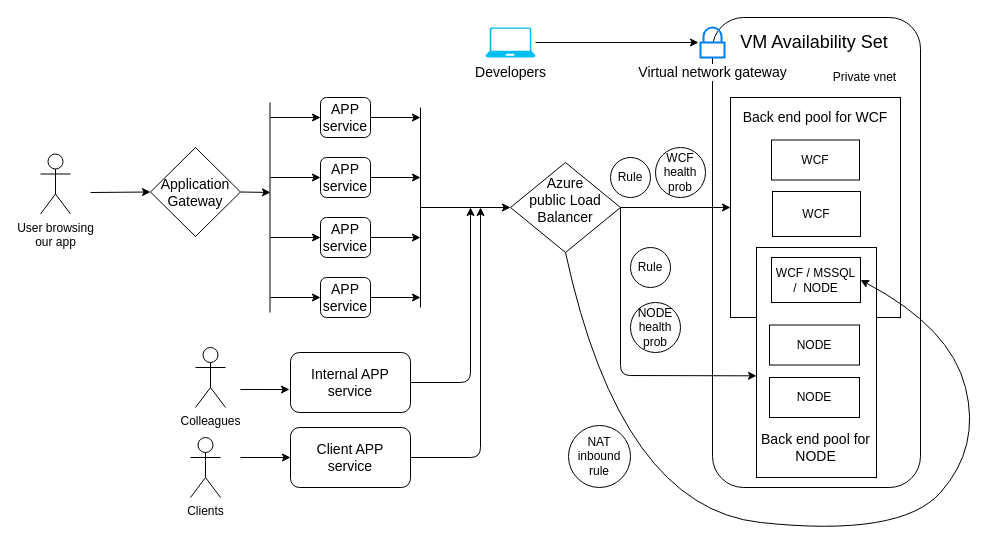
Earlier version of the draw.io diagram Architecture.drawio (mail4hafij/Azure-Iaas-Paas). Source tidied: cells renumbered, new cells numbered last; positions are measured from the earlier drawing's top-left corner, leaving out a move shared by most shapes. Both pictures are drawn from the tidied source at 100%, with x=0, y=0 at pixel (40, 17).
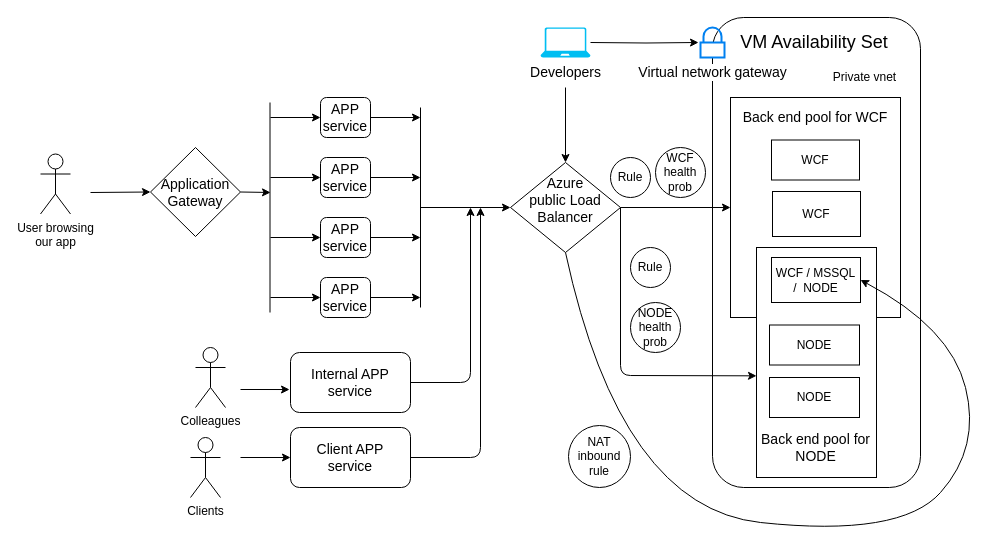
The same page after the edit.

Commit message (it also covers changes not shown here):
updating overall architecture

Unchanged cells that the change refers to:
```xml
<mxCell id="13" value="&lt;div&gt;&lt;font style=&quot;font-size: 14px&quot;&gt;Azure &lt;br&gt;&lt;/font&gt;&lt;/div&gt;&lt;div&gt;&lt;font style=&quot;font-size: 14px&quot;&gt;public Load &lt;br&gt;&lt;/font&gt;&lt;/div&gt;&lt;div&gt;&lt;font style=&quot;font-size: 14px&quot;&gt;Balancer&lt;br&gt;&lt;/font&gt;&lt;/div&gt;&lt;div&gt;&lt;br&gt;&lt;/div&gt;" style="rhombus;whiteSpace=wrap;html=1;" parent="1" vertex="1">
  <mxGeometry x="470" y="145" width="110" height="90" as="geometry" />
</mxCell>
<mxCell id="53" value="&lt;div&gt;&lt;font style=&quot;font-size: 14px&quot; size=&quot;3&quot;&gt;Virtual network gateway&lt;/font&gt;&lt;/div&gt;" style="html=1;verticalLabelPosition=bottom;align=center;labelBackgroundColor=#ffffff;verticalAlign=top;strokeWidth=2;strokeColor=#0080F0;fillColor=#ffffff;shadow=0;dashed=0;shape=mxgraph.ios7.icons.locked;" parent="1" vertex="1">
  <mxGeometry x="660" y="10" width="24" height="30" as="geometry" />
</mxCell>
```

Change to the diagram source:
```diff
@@
-    <mxCell id="51" style="edgeStyle=orthogonalEdgeStyle;rounded=0;jettySize=auto;html=1;entryX=-0.083;entryY=0.5;entryDx=0;entryDy=0;entryPerimeter=0;" parent="1" edge="1" source="52" target="53">
-      <mxGeometry relative="1" as="geometry" />
+    <mxCell id="51" style="edgeStyle=orthogonalEdgeStyle;rounded=0;jettySize=auto;html=1;entryX=-0.083;entryY=0.5;entryDx=0;entryDy=0;entryPerimeter=0;" parent="1" edge="1" target="53">
+      <mxGeometry relative="1" as="geometry">
+        <mxPoint x="550" y="25" as="sourcePoint" />
+      </mxGeometry>
     </mxCell>
     <mxCell id="52" value="&lt;font style=&quot;font-size: 14px&quot;&gt;Developers&lt;/font&gt;" style="verticalLabelPosition=bottom;html=1;verticalAlign=top;align=center;strokeColor=none;fillColor=#00BEF2;shape=mxgraph.azure.laptop;" parent="1" vertex="1">
-      <mxGeometry x="445" y="10" width="50" height="30" as="geometry" />
+      <mxGeometry x="500" y="10" width="50" height="30" as="geometry" />
     </mxCell>
@@
+    <mxCell id="54" style="endArrow=classic;html=1;entryX=0.5;entryY=0;entryDx=0;entryDy=0;" parent="1" edge="1" target="13">
+      <mxGeometry relative="1" as="geometry">
+        <mxPoint x="525" y="70" as="sourcePoint" />
+      </mxGeometry>
+    </mxCell>
```
